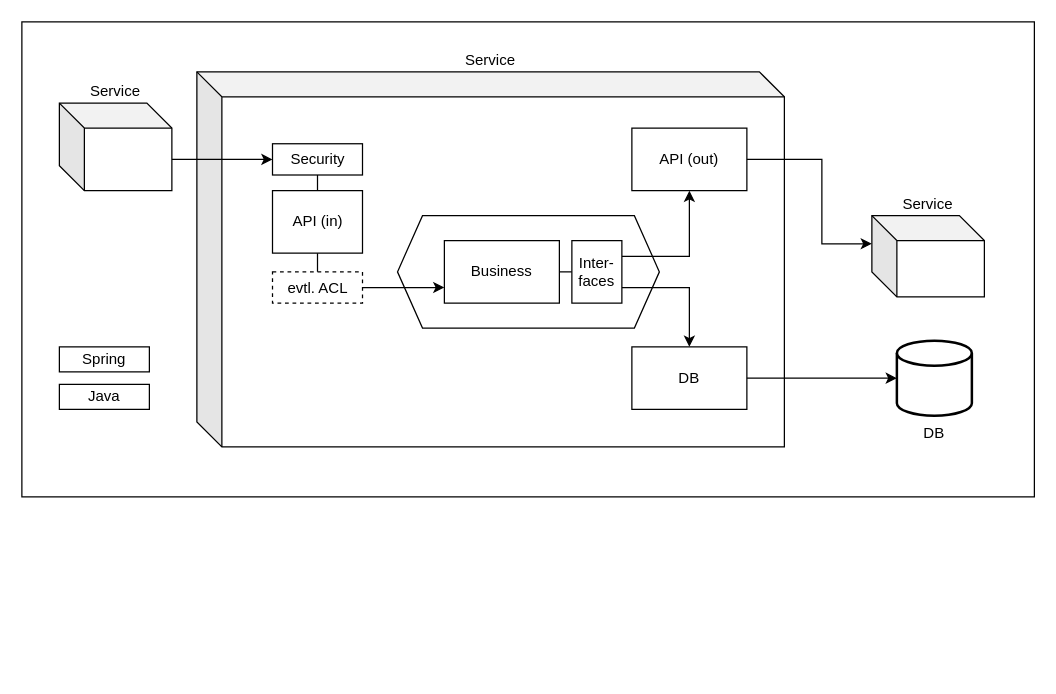
Above: images/project-architecture-guide-step-5.drawio in coc-university/software-architecture-guide (draw.io), before the change. Source tidied: cells renumbered, new cells numbered last; positions are measured from the earlier drawing's top-left corner, leaving out a move shared by most shapes. Both pictures are drawn from the tidied source at 125%, with x=0, y=0 at pixel (21, 21).
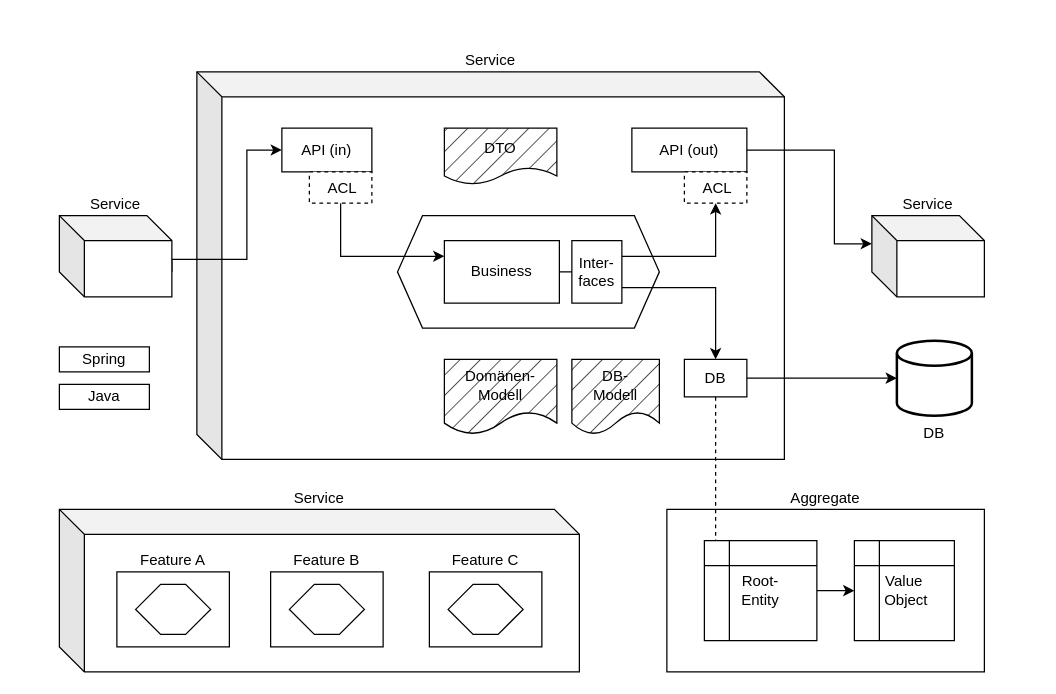
After the change.

Unchanged cells that the change refers to:
```xml
<mxCell id="9" value="Business" style="rounded=0;whiteSpace=wrap;html=1;labelPosition=center;verticalLabelPosition=middle;align=center;verticalAlign=middle;strokeColor=light-dark(#000000,#009900);" parent="1" vertex="1">
  <mxGeometry x="338" y="175" width="92" height="50" as="geometry" />
</mxCell>
<mxCell id="19" value="Inter-&lt;div&gt;faces&lt;/div&gt;" style="rounded=0;whiteSpace=wrap;html=1;labelPosition=center;verticalLabelPosition=middle;align=center;verticalAlign=middle;strokeColor=light-dark(#000000,#009900);" parent="1" vertex="1">
  <mxGeometry x="440" y="175" width="40" height="50" as="geometry" />
</mxCell>
```

What changed in the source:
```diff
@@
-    <mxCell id="2" style="rounded=0;whiteSpace=wrap;html=1;" parent="1" vertex="1">
-      <mxGeometry width="810" height="380" as="geometry" />
-    </mxCell>
-    <mxCell id="3" value="Service" style="shape=cube;whiteSpace=wrap;html=1;boundedLbl=1;backgroundOutline=1;darkOpacity=0.05;darkOpacity2=0.1;labelPosition=center;verticalLabelPosition=top;align=center;verticalAlign=bottom;" parent="1" vertex="1">
-      <mxGeometry x="140" y="40" width="470" height="300" as="geometry" />
-    </mxCell>
-    <mxCell id="4" style="shape=hexagon;perimeter=hexagonPerimeter2;whiteSpace=wrap;html=1;fixedSize=1;" parent="1" vertex="1">
-      <mxGeometry x="300.5" y="155" width="209.5" height="90" as="geometry" />
-    </mxCell>
-    <mxCell id="5" style="edgeStyle=orthogonalEdgeStyle;rounded=0;jettySize=auto;html=1;exitX=0.5;exitY=1;exitDx=0;exitDy=0;entryX=0.5;entryY=0;entryDx=0;entryDy=0;endArrow=none;startFill=0;" parent="1" edge="1" source="6" target="21">
-      <mxGeometry relative="1" as="geometry" />
-    </mxCell>
+    <mxCell id="26" value="Aggregate" style="rounded=0;whiteSpace=wrap;html=1;labelPosition=center;verticalLabelPosition=top;align=center;verticalAlign=bottom;" parent="1" vertex="1">
+      <mxGeometry x="516" y="390" width="254" height="130" as="geometry" />
+    </mxCell>
+    <mxCell id="27" value="Service" style="shape=cube;whiteSpace=wrap;html=1;boundedLbl=1;backgroundOutline=1;darkOpacity=0.05;darkOpacity2=0.1;labelPosition=center;verticalLabelPosition=top;align=center;verticalAlign=bottom;" parent="1" vertex="1">
+      <mxGeometry x="140" y="40" width="470" height="310" as="geometry" />
+    </mxCell>
+    <mxCell id="28" style="shape=hexagon;perimeter=hexagonPerimeter2;whiteSpace=wrap;html=1;fixedSize=1;" parent="1" vertex="1">
+      <mxGeometry x="300.5" y="155" width="209.5" height="90" as="geometry" />
+    </mxCell>
     <mxCell id="6" value="API (in)" style="rounded=0;whiteSpace=wrap;html=1;labelPosition=center;verticalLabelPosition=middle;align=center;verticalAlign=middle;strokeColor=light-dark(#000000,#FF8000);" parent="1" vertex="1">
-      <mxGeometry x="200.5" y="135" width="72" height="50" as="geometry" />
+      <mxGeometry x="208" y="85" width="72" height="35" as="geometry" />
     </mxCell>
     <mxCell id="7" value="API (out)" style="rounded=0;whiteSpace=wrap;html=1;labelPosition=center;verticalLabelPosition=middle;align=center;verticalAlign=middle;strokeColor=light-dark(#000000,#FF8000);" parent="1" vertex="1">
-      <mxGeometry x="488" y="85" width="92" height="50" as="geometry" />
+      <mxGeometry x="488" y="85" width="92" height="35" as="geometry" />
     </mxCell>
@@
+    <mxCell id="29" style="edgeStyle=orthogonalEdgeStyle;rounded=0;jettySize=auto;html=1;exitX=0.5;exitY=1;exitDx=0;exitDy=0;entryX=0.25;entryY=0;entryDx=0;entryDy=0;endArrow=none;startFill=0;dashed=1;" parent="1" edge="1" source="10" target="43">
+      <mxGeometry relative="1" as="geometry">
+        <Array as="points">
+          <mxPoint x="555" y="415" />
+        </Array>
+      </mxGeometry>
+    </mxCell>
     <mxCell id="10" value="DB" style="rounded=0;whiteSpace=wrap;html=1;labelPosition=center;verticalLabelPosition=middle;align=center;verticalAlign=middle;strokeColor=light-dark(#000000,#FF8000);" parent="1" vertex="1">
-      <mxGeometry x="488" y="260" width="92" height="50" as="geometry" />
+      <mxGeometry x="530" y="270" width="50" height="30" as="geometry" />
     </mxCell>
-    <mxCell id="11" value="Service" style="shape=cube;whiteSpace=wrap;html=1;boundedLbl=1;backgroundOutline=1;darkOpacity=0.05;darkOpacity2=0.1;labelPosition=center;verticalLabelPosition=top;align=center;verticalAlign=bottom;" parent="1" vertex="1">
-      <mxGeometry x="680" y="155" width="90" height="65" as="geometry" />
-    </mxCell>
+    <mxCell id="30" value="Service" style="shape=cube;whiteSpace=wrap;html=1;boundedLbl=1;backgroundOutline=1;darkOpacity=0.05;darkOpacity2=0.1;labelPosition=center;verticalLabelPosition=top;align=center;verticalAlign=bottom;" parent="1" vertex="1">
+      <mxGeometry x="680" y="155" width="90" height="65" as="geometry" />
+    </mxCell>
@@
-    <mxCell id="14" style="edgeStyle=orthogonalEdgeStyle;rounded=0;jettySize=auto;html=1;exitX=1;exitY=0.5;exitDx=0;exitDy=0;entryX=0;entryY=0;entryDx=0;entryDy=22.5;entryPerimeter=0;" parent="1" edge="1" source="7" target="11">
-      <mxGeometry relative="1" as="geometry">
-        <Array as="points">
-          <mxPoint x="640" y="110" />
-          <mxPoint x="640" y="178" />
-          <mxPoint x="680" y="178" />
-        </Array>
-      </mxGeometry>
-    </mxCell>
-    <mxCell id="15" style="edgeStyle=orthogonalEdgeStyle;rounded=0;jettySize=auto;html=1;exitX=0;exitY=0;exitDx=90;exitDy=45;exitPerimeter=0;entryX=0;entryY=0.5;entryDx=0;entryDy=0;" parent="1" edge="1" source="16" target="23">
-      <mxGeometry relative="1" as="geometry" />
-    </mxCell>
-    <mxCell id="16" value="Service" style="shape=cube;whiteSpace=wrap;html=1;boundedLbl=1;backgroundOutline=1;darkOpacity=0.05;darkOpacity2=0.1;labelPosition=center;verticalLabelPosition=top;align=center;verticalAlign=bottom;" parent="1" vertex="1">
-      <mxGeometry x="30" y="65" width="90" height="70" as="geometry" />
-    </mxCell>
-    <mxCell id="17" style="edgeStyle=orthogonalEdgeStyle;rounded=0;jettySize=auto;html=1;exitX=1;exitY=0.25;exitDx=0;exitDy=0;entryX=0.5;entryY=1;entryDx=0;entryDy=0;" parent="1" edge="1" source="19" target="7">
-      <mxGeometry relative="1" as="geometry" />
-    </mxCell>
+    <mxCell id="31" style="edgeStyle=orthogonalEdgeStyle;rounded=0;jettySize=auto;html=1;exitX=1;exitY=0.5;exitDx=0;exitDy=0;entryX=0;entryY=0;entryDx=0;entryDy=22.5;entryPerimeter=0;" parent="1" edge="1" source="7" target="30">
+      <mxGeometry relative="1" as="geometry">
+        <Array as="points">
+          <mxPoint x="650" y="103" />
+          <mxPoint x="650" y="178" />
+        </Array>
+      </mxGeometry>
+    </mxCell>
+    <mxCell id="32" style="edgeStyle=orthogonalEdgeStyle;rounded=0;jettySize=auto;html=1;exitX=0;exitY=0;exitDx=90;exitDy=45;exitPerimeter=0;entryX=0;entryY=0.5;entryDx=0;entryDy=0;" parent="1" edge="1" source="33" target="6">
+      <mxGeometry relative="1" as="geometry">
+        <Array as="points">
+          <mxPoint x="180" y="190" />
+          <mxPoint x="180" y="102" />
+        </Array>
+      </mxGeometry>
+    </mxCell>
+    <mxCell id="33" value="Service" style="shape=cube;whiteSpace=wrap;html=1;boundedLbl=1;backgroundOutline=1;darkOpacity=0.05;darkOpacity2=0.1;labelPosition=center;verticalLabelPosition=top;align=center;verticalAlign=bottom;" parent="1" vertex="1">
+      <mxGeometry x="30" y="155" width="90" height="65" as="geometry" />
+    </mxCell>
@@
+    <mxCell id="34" style="edgeStyle=orthogonalEdgeStyle;rounded=0;jettySize=auto;html=1;exitX=1;exitY=0.25;exitDx=0;exitDy=0;" parent="1" edge="1" source="19" target="36">
+      <mxGeometry relative="1" as="geometry" />
+    </mxCell>
@@
-    <mxCell id="20" style="edgeStyle=orthogonalEdgeStyle;rounded=0;jettySize=auto;html=1;exitX=1;exitY=0.5;exitDx=0;exitDy=0;entryX=0;entryY=0.75;entryDx=0;entryDy=0;" parent="1" edge="1" source="21" target="9">
-      <mxGeometry relative="1" as="geometry" />
-    </mxCell>
-    <mxCell id="21" value="evtl. ACL" style="rounded=0;whiteSpace=wrap;html=1;labelPosition=center;verticalLabelPosition=middle;align=center;verticalAlign=middle;strokeColor=light-dark(#000000,#FF8000);dashed=1;" parent="1" vertex="1">
-      <mxGeometry x="200.5" y="200" width="72" height="25" as="geometry" />
-    </mxCell>
-    <mxCell id="22" style="edgeStyle=orthogonalEdgeStyle;rounded=0;jettySize=auto;html=1;exitX=0.5;exitY=1;exitDx=0;exitDy=0;entryX=0.5;entryY=0;entryDx=0;entryDy=0;endArrow=none;startFill=0;" parent="1" edge="1" source="23" target="6">
-      <mxGeometry relative="1" as="geometry" />
-    </mxCell>
-    <mxCell id="23" value="Security" style="rounded=0;whiteSpace=wrap;html=1;labelPosition=center;verticalLabelPosition=middle;align=center;verticalAlign=middle;strokeColor=light-dark(#000000,#FF8000);" parent="1" vertex="1">
-      <mxGeometry x="200.5" y="97.5" width="72" height="25" as="geometry" />
-    </mxCell>
@@
+    <mxCell id="35" value="Domänen-Modell" style="shape=document;whiteSpace=wrap;html=1;boundedLbl=1;strokeColor=light-dark(#000000,#009900);fillStyle=hatch;fillColor=#4D4D4D;" parent="1" vertex="1">
+      <mxGeometry x="338" y="270" width="90" height="60" as="geometry" />
+    </mxCell>
+    <mxCell id="36" value="&amp;nbsp;&lt;span style=&quot;background-color: transparent; color: light-dark(rgb(0, 0, 0), rgb(255, 255, 255));&quot;&gt;ACL&lt;/span&gt;" style="rounded=0;whiteSpace=wrap;html=1;labelPosition=center;verticalLabelPosition=middle;align=center;verticalAlign=middle;strokeColor=light-dark(#000000,#FF8000);dashed=1;" parent="1" vertex="1">
+      <mxGeometry x="530" y="120" width="50" height="25" as="geometry" />
+    </mxCell>
+    <mxCell id="37" style="edgeStyle=orthogonalEdgeStyle;rounded=0;jettySize=auto;html=1;exitX=0.5;exitY=1;exitDx=0;exitDy=0;entryX=0;entryY=0.25;entryDx=0;entryDy=0;" parent="1" edge="1" source="38" target="9">
+      <mxGeometry relative="1" as="geometry" />
+    </mxCell>
+    <mxCell id="38" value="&amp;nbsp;&lt;span style=&quot;background-color: transparent; color: light-dark(rgb(0, 0, 0), rgb(255, 255, 255));&quot;&gt;ACL&lt;/span&gt;" style="rounded=0;whiteSpace=wrap;html=1;labelPosition=center;verticalLabelPosition=middle;align=center;verticalAlign=middle;strokeColor=light-dark(#000000,#FF8000);dashed=1;" parent="1" vertex="1">
+      <mxGeometry x="230" y="120" width="50" height="25" as="geometry" />
+    </mxCell>
+    <mxCell id="39" value="DTO" style="shape=document;whiteSpace=wrap;html=1;boundedLbl=1;strokeColor=light-dark(#000000,#009900);fillStyle=hatch;fillColor=#4D4D4D;" parent="1" vertex="1">
+      <mxGeometry x="338" y="85" width="90" height="45" as="geometry" />
+    </mxCell>
+    <mxCell id="40" value="DB-&lt;div&gt;Modell&lt;/div&gt;" style="shape=document;whiteSpace=wrap;html=1;boundedLbl=1;strokeColor=light-dark(#000000,#FF8000);fillStyle=hatch;fillColor=#4D4D4D;" parent="1" vertex="1">
+      <mxGeometry x="440" y="270" width="70" height="60" as="geometry" />
+    </mxCell>
+    <mxCell id="41" value="Value&lt;div&gt;&amp;nbsp;Object&lt;/div&gt;" style="shape=internalStorage;whiteSpace=wrap;html=1;backgroundOutline=1;" parent="1" vertex="1">
+      <mxGeometry x="666" y="415" width="80" height="80" as="geometry" />
+    </mxCell>
+    <mxCell id="42" style="edgeStyle=orthogonalEdgeStyle;rounded=0;jettySize=auto;html=1;exitX=1;exitY=0.5;exitDx=0;exitDy=0;entryX=0;entryY=0.5;entryDx=0;entryDy=0;" parent="1" edge="1" source="43" target="41">
+      <mxGeometry relative="1" as="geometry" />
+    </mxCell>
+    <mxCell id="43" value="&lt;div&gt;Root-&lt;/div&gt;&lt;div&gt;Entity&lt;/div&gt;" style="shape=internalStorage;whiteSpace=wrap;html=1;backgroundOutline=1;" parent="1" vertex="1">
+      <mxGeometry x="546" y="415" width="90" height="80" as="geometry" />
+    </mxCell>
+    <mxCell id="44" value="Service" style="shape=cube;whiteSpace=wrap;html=1;boundedLbl=1;backgroundOutline=1;darkOpacity=0.05;darkOpacity2=0.1;labelPosition=center;verticalLabelPosition=top;align=center;verticalAlign=bottom;" parent="1" vertex="1">
+      <mxGeometry x="30" y="390" width="416" height="130" as="geometry" />
+    </mxCell>
+    <mxCell id="45" value="Feature&amp;nbsp;&lt;span style=&quot;background-color: transparent; color: light-dark(rgb(0, 0, 0), rgb(255, 255, 255));&quot;&gt;B&lt;/span&gt;" style="rounded=0;whiteSpace=wrap;html=1;labelPosition=center;verticalLabelPosition=top;align=center;verticalAlign=bottom;strokeColor=light-dark(#000000,#009900);" parent="1" vertex="1">
+      <mxGeometry x="199" y="440" width="90" height="60" as="geometry" />
+    </mxCell>
+    <mxCell id="46" style="shape=hexagon;perimeter=hexagonPerimeter2;whiteSpace=wrap;html=1;fixedSize=1;" parent="1" vertex="1">
+      <mxGeometry x="214" y="450" width="60" height="40" as="geometry" />
+    </mxCell>
+    <mxCell id="47" value="Feature A" style="rounded=0;whiteSpace=wrap;html=1;labelPosition=center;verticalLabelPosition=top;align=center;verticalAlign=bottom;strokeColor=light-dark(#000000,#009900);" parent="1" vertex="1">
+      <mxGeometry x="76" y="440" width="90" height="60" as="geometry" />
+    </mxCell>
+    <mxCell id="48" style="shape=hexagon;perimeter=hexagonPerimeter2;whiteSpace=wrap;html=1;fixedSize=1;" parent="1" vertex="1">
+      <mxGeometry x="91" y="450" width="60" height="40" as="geometry" />
+    </mxCell>
+    <mxCell id="49" value="Feature C" style="rounded=0;whiteSpace=wrap;html=1;labelPosition=center;verticalLabelPosition=top;align=center;verticalAlign=bottom;strokeColor=light-dark(#000000,#009900);" parent="1" vertex="1">
+      <mxGeometry x="326" y="440" width="90" height="60" as="geometry" />
+    </mxCell>
+    <mxCell id="50" style="shape=hexagon;perimeter=hexagonPerimeter2;whiteSpace=wrap;html=1;fixedSize=1;" parent="1" vertex="1">
+      <mxGeometry x="341" y="450" width="60" height="40" as="geometry" />
+    </mxCell>
```
